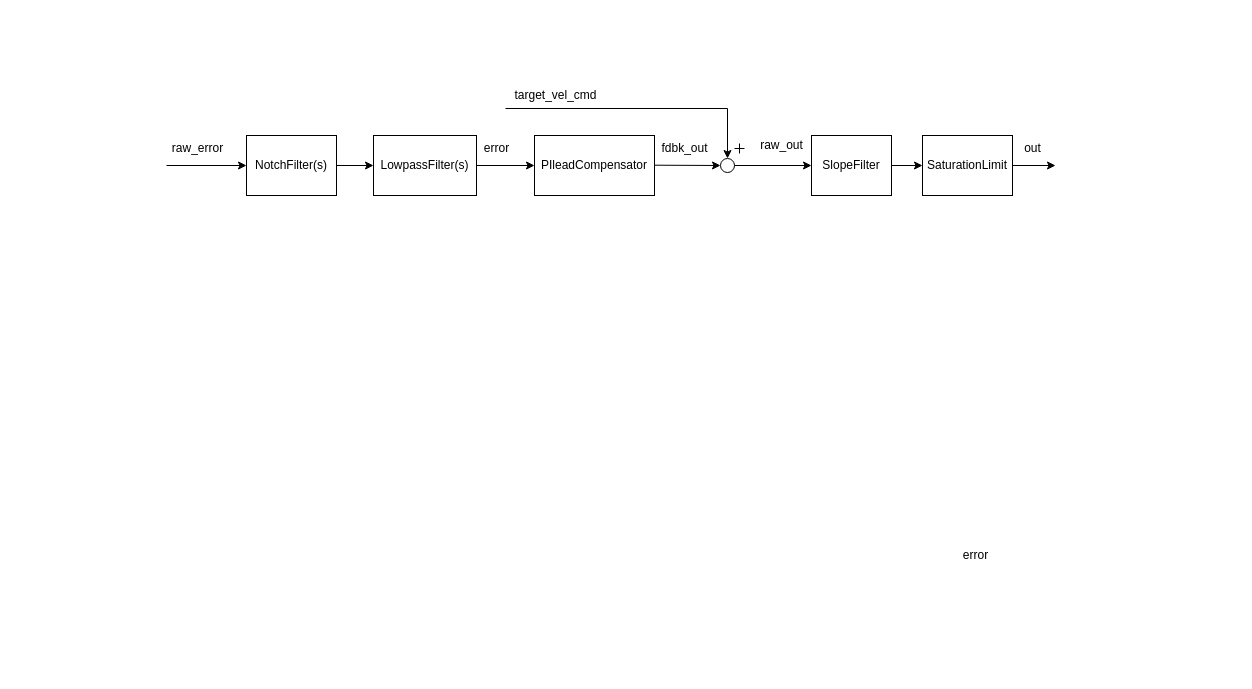
Xiaoliang1992/figures keeps this draw.io diagram as Untitled Diagram.drawio. Above is the earlier version. Source tidied: cells renumbered, new cells numbered last; positions are measured from the earlier drawing's top-left corner, leaving out a move shared by most shapes. Both pictures are drawn from the tidied source at 100%, with x=0, y=0 at pixel (162, 85).
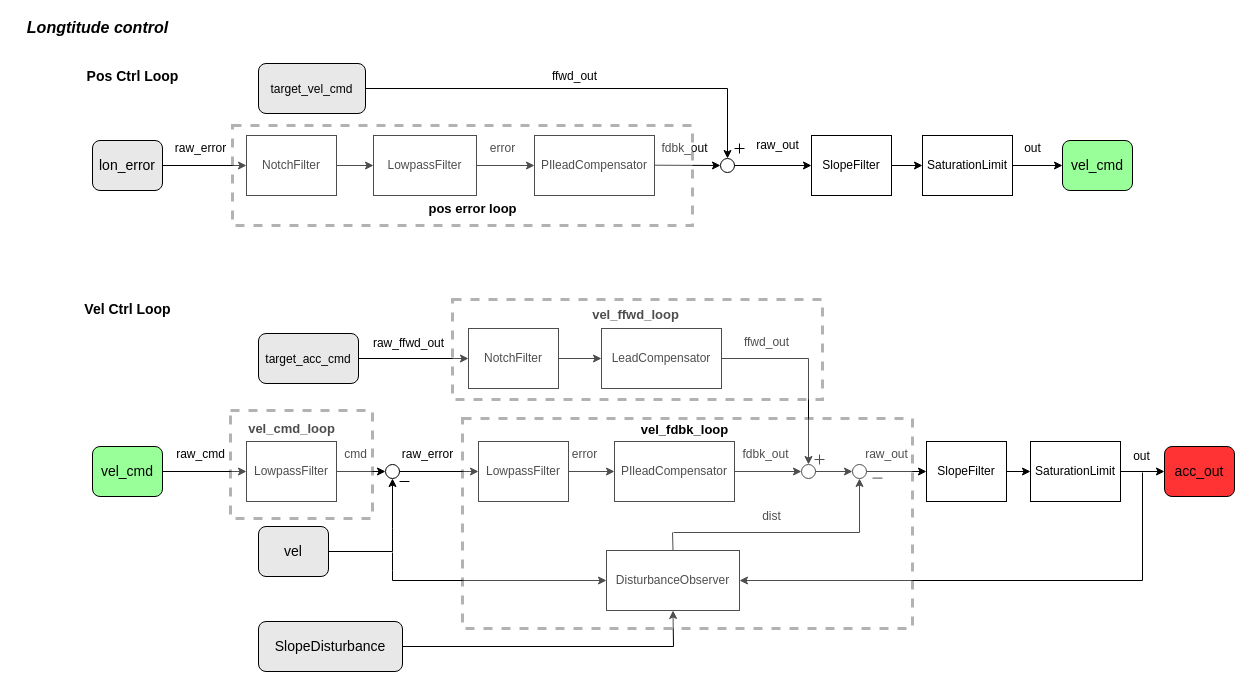
After the change.

Unchanged cells that the change refers to:
```xml
<mxCell id="20" value="SaturationLimit" style="rounded=0;whiteSpace=wrap;html=1;" parent="1" vertex="1">
  <mxGeometry x="760" y="50" width="90" height="60" as="geometry" />
</mxCell>
```

Change to the diagram source:
```diff
@@
-    <mxCell id="3" value="NotchFilter(s)" style="rounded=0;whiteSpace=wrap;html=1;" parent="1" vertex="1">
+    <mxCell id="3" value="NotchFilter" style="rounded=0;whiteSpace=wrap;html=1;" parent="1" vertex="1">
       <mxGeometry x="84" y="50" width="90" height="60" as="geometry" />
     </mxCell>
-    <mxCell id="4" style="endArrow=classic;html=1;rounded=0;entryX=0;entryY=0.5;entryDx=0;entryDy=0;" parent="1" edge="1" target="3">
-      <mxGeometry relative="1" as="geometry">
-        <mxPoint x="4" y="80" as="sourcePoint" />
-      </mxGeometry>
+    <mxCell id="4" style="endArrow=classic;html=1;rounded=0;entryX=0;entryY=0.5;entryDx=0;entryDy=0;exitX=1;exitY=0.5;exitDx=0;exitDy=0;" parent="1" edge="1" source="32" target="3">
+      <mxGeometry relative="1" as="geometry" />
     </mxCell>
     <mxCell id="5" value="raw_error" style="text;html=1;align=center;verticalAlign=middle;strokeColor=none;fillColor=none;" parent="1" vertex="1">
-      <mxGeometry y="53" width="70" height="20" as="geometry" />
+      <mxGeometry x="3" y="53" width="70" height="20" as="geometry" />
     </mxCell>
@@
-    <mxCell id="7" value="LowpassFilter(s)" style="rounded=0;whiteSpace=wrap;html=1;" parent="1" vertex="1">
+    <mxCell id="7" value="LowpassFilter" style="rounded=0;whiteSpace=wrap;html=1;" parent="1" vertex="1">
       <mxGeometry x="211" y="50" width="103" height="60" as="geometry" />
     </mxCell>
-    <mxCell id="8" value="error" style="text;html=1;align=center;verticalAlign=middle;strokeColor=none;fillColor=none;" parent="1" vertex="1">
-      <mxGeometry x="793" y="460" width="40" height="20" as="geometry" />
-    </mxCell>
@@
-    <mxCell id="13" style="endArrow=classic;html=1;rounded=0;" parent="1" edge="1">
+    <mxCell id="13" style="endArrow=classic;html=1;rounded=0;exitX=1;exitY=0.5;exitDx=0;exitDy=0;" parent="1" edge="1" source="14">
       <mxGeometry relative="1" as="geometry">
-        <mxPoint x="343" y="23" as="sourcePoint" />
         <mxPoint x="565" y="73" as="targetPoint" />
         <Array as="points">
-          <mxPoint x="565" y="23" />
+          <mxPoint x="565" y="3" />
         </Array>
       </mxGeometry>
     </mxCell>
-    <mxCell id="14" value="target_vel_cmd" style="text;html=1;align=center;verticalAlign=middle;points=[];strokeColor=none;fillColor=none;" parent="1" vertex="1">
-      <mxGeometry x="343" width="100" height="20" as="geometry" />
-    </mxCell>
@@
-    <mxCell id="22" style="endArrow=classic;html=1;rounded=0;exitX=1;exitY=0.5;exitDx=0;exitDy=0;" parent="1" edge="1" source="20">
-      <mxGeometry relative="1" as="geometry">
-        <mxPoint x="893" y="80" as="targetPoint" />
-      </mxGeometry>
+    <mxCell id="22" style="endArrow=classic;html=1;rounded=0;exitX=1;exitY=0.5;exitDx=0;exitDy=0;entryX=0;entryY=0.5;entryDx=0;entryDy=0;" parent="1" edge="1" source="20" target="33">
+      <mxGeometry relative="1" as="geometry" />
     </mxCell>
     <mxCell id="23" value="raw_out" style="text;html=1;align=center;verticalAlign=middle;strokeColor=none;fillColor=none;" parent="1" vertex="1">
-      <mxGeometry x="589" y="50" width="60" height="20" as="geometry" />
+      <mxGeometry x="585" y="50" width="60" height="20" as="geometry" />
     </mxCell>
@@
     <mxCell id="25" value="error" style="text;html=1;align=center;verticalAlign=middle;strokeColor=none;fillColor=none;" parent="1" vertex="1">
-      <mxGeometry x="314" y="53" width="40" height="20" as="geometry" />
+      <mxGeometry x="320" y="53" width="40" height="20" as="geometry" />
     </mxCell>
+    <mxCell id="26" value="&lt;b&gt;&lt;font style=&quot;font-size: 14px&quot;&gt;Pos Ctrl Loop&lt;/font&gt;&lt;/b&gt;" style="text;html=1;align=center;verticalAlign=middle;strokeColor=none;fillColor=none;" parent="1" vertex="1">
+      <mxGeometry x="-85" y="-19" width="110" height="20" as="geometry" />
+    </mxCell>
+    <mxCell id="27" style="edgeStyle=orthogonalEdgeStyle;rounded=0;jettySize=auto;html=1;exitX=1;exitY=0.5;exitDx=0;exitDy=0;entryX=0;entryY=0.5;entryDx=0;entryDy=0;" parent="1" edge="1" source="28" target="36">
+      <mxGeometry relative="1" as="geometry" />
+    </mxCell>
+    <mxCell id="28" value="LowpassFilter" style="rounded=0;whiteSpace=wrap;html=1;" parent="1" vertex="1">
+      <mxGeometry x="84" y="356" width="90" height="60" as="geometry" />
+    </mxCell>
+    <mxCell id="29" style="endArrow=classic;html=1;rounded=0;entryX=0;entryY=0.5;entryDx=0;entryDy=0;exitX=1;exitY=0.5;exitDx=0;exitDy=0;" parent="1" edge="1" source="34" target="28">
+      <mxGeometry relative="1" as="geometry" />
+    </mxCell>
+    <mxCell id="30" value="raw_cmd" style="text;html=1;align=center;verticalAlign=middle;strokeColor=none;fillColor=none;" parent="1" vertex="1">
+      <mxGeometry x="8" y="359" width="60" height="20" as="geometry" />
+    </mxCell>
+    <mxCell id="31" value="&lt;b&gt;&lt;font style=&quot;font-size: 14px&quot;&gt;Vel Ctrl Loop&lt;/font&gt;&lt;/b&gt;" style="text;html=1;align=center;verticalAlign=middle;strokeColor=none;fillColor=none;" parent="1" vertex="1">
+      <mxGeometry x="-85" y="214" width="100" height="20" as="geometry" />
+    </mxCell>
+    <mxCell id="32" value="lon_error" style="rounded=1;whiteSpace=wrap;html=1;fontSize=14;fillColor=#E8E8E8;" parent="1" vertex="1">
+      <mxGeometry x="-70" y="55" width="70" height="50" as="geometry" />
+    </mxCell>
+    <mxCell id="33" value="vel_cmd" style="rounded=1;whiteSpace=wrap;html=1;fontSize=14;fillColor=#99FF99;" parent="1" vertex="1">
+      <mxGeometry x="900" y="55" width="70" height="50" as="geometry" />
+    </mxCell>
+    <mxCell id="34" value="vel_cmd" style="rounded=1;whiteSpace=wrap;html=1;fontSize=14;fillColor=#99FF99;" parent="1" vertex="1">
+      <mxGeometry x="-70" y="361" width="70" height="50" as="geometry" />
+    </mxCell>
+    <mxCell id="35" value="cmd" style="text;html=1;align=center;verticalAlign=middle;strokeColor=none;fillColor=none;" parent="1" vertex="1">
+      <mxGeometry x="173" y="359" width="40" height="20" as="geometry" />
+    </mxCell>
+    <mxCell id="36" style="ellipse;whiteSpace=wrap;html=1;" parent="1" vertex="1">
+      <mxGeometry x="223" y="379" width="14" height="14" as="geometry" />
+    </mxCell>
+    <mxCell id="37" style="endArrow=classic;html=1;rounded=0;entryX=0.5;entryY=1;entryDx=0;entryDy=0;exitX=1;exitY=0.5;exitDx=0;exitDy=0;" parent="1" edge="1" source="57" target="36">
+      <mxGeometry relative="1" as="geometry">
+        <Array as="points">
+          <mxPoint x="230" y="466" />
+          <mxPoint x="230" y="443" />
+        </Array>
+      </mxGeometry>
+    </mxCell>
+    <mxCell id="38" style="endArrow=none;html=1;rounded=0;fontSize=14;" parent="1" edge="1">
+      <mxGeometry relative="1" as="geometry">
+        <mxPoint x="237" y="396" as="sourcePoint" />
+        <mxPoint x="247" y="396" as="targetPoint" />
+      </mxGeometry>
+    </mxCell>
+    <mxCell id="39" value="LowpassFilter" style="rounded=0;whiteSpace=wrap;html=1;" parent="1" vertex="1">
+      <mxGeometry x="316" y="356" width="90" height="60" as="geometry" />
+    </mxCell>
+    <mxCell id="40" value="raw_error" style="text;html=1;align=center;verticalAlign=middle;strokeColor=none;fillColor=none;" parent="1" vertex="1">
+      <mxGeometry x="230" y="359" width="70" height="20" as="geometry" />
+    </mxCell>
+    <mxCell id="41" style="edgeStyle=orthogonalEdgeStyle;rounded=0;jettySize=auto;html=1;entryX=0;entryY=0.5;entryDx=0;entryDy=0;exitX=1;exitY=0.5;exitDx=0;exitDy=0;" parent="1" edge="1" source="36" target="39">
+      <mxGeometry relative="1" as="geometry" />
+    </mxCell>
+    <mxCell id="42" style="edgeStyle=orthogonalEdgeStyle;rounded=0;jettySize=auto;html=1;exitX=1;exitY=0.5;exitDx=0;exitDy=0;entryX=0;entryY=0.5;entryDx=0;entryDy=0;" parent="1" edge="1" source="39" target="43">
+      <mxGeometry relative="1" as="geometry" />
+    </mxCell>
+    <mxCell id="8" value="error" style="text;html=1;align=center;verticalAlign=middle;strokeColor=none;fillColor=none;" parent="1" vertex="1">
+      <mxGeometry x="402" y="359" width="40" height="20" as="geometry" />
+    </mxCell>
+    <mxCell id="43" value="PIleadCompensator" style="rounded=0;whiteSpace=wrap;html=1;" parent="1" vertex="1">
+      <mxGeometry x="452" y="356" width="120" height="60" as="geometry" />
+    </mxCell>
+    <mxCell id="44" style="endArrow=classic;html=1;rounded=0;exitX=1;exitY=0.5;exitDx=0;exitDy=0;entryX=0;entryY=0.5;entryDx=0;entryDy=0;" parent="1" edge="1" source="43" target="50">
+      <mxGeometry relative="1" as="geometry" />
+    </mxCell>
+    <mxCell id="45" value="fdbk_out" style="text;html=1;align=center;verticalAlign=middle;strokeColor=none;fillColor=none;" parent="1" vertex="1">
+      <mxGeometry x="573" y="359" width="60" height="20" as="geometry" />
+    </mxCell>
+    <mxCell id="46" value="NotchFilter" style="rounded=0;whiteSpace=wrap;html=1;" parent="1" vertex="1">
+      <mxGeometry x="306" y="243" width="90" height="60" as="geometry" />
+    </mxCell>
+    <mxCell id="47" style="edgeStyle=orthogonalEdgeStyle;rounded=0;jettySize=auto;html=1;entryX=0;entryY=0.5;entryDx=0;entryDy=0;exitX=1;exitY=0.5;exitDx=0;exitDy=0;" parent="1" edge="1" source="60" target="46">
+      <mxGeometry relative="1" as="geometry" />
+    </mxCell>
+    <mxCell id="48" value="LeadCompensator" style="rounded=0;whiteSpace=wrap;html=1;" parent="1" vertex="1">
+      <mxGeometry x="439" y="243" width="120" height="60" as="geometry" />
+    </mxCell>
+    <mxCell id="49" style="edgeStyle=orthogonalEdgeStyle;rounded=0;jettySize=auto;html=1;exitX=1;exitY=0.5;exitDx=0;exitDy=0;entryX=0;entryY=0.5;entryDx=0;entryDy=0;" parent="1" edge="1" source="46" target="48">
+      <mxGeometry relative="1" as="geometry" />
+    </mxCell>
+    <mxCell id="50" style="ellipse;whiteSpace=wrap;html=1;" parent="1" vertex="1">
+      <mxGeometry x="639" y="379" width="14" height="14" as="geometry" />
+    </mxCell>
+    <mxCell id="51" style="endArrow=classic;html=1;rounded=0;entryX=0.5;entryY=0;entryDx=0;entryDy=0;exitX=1;exitY=0.5;exitDx=0;exitDy=0;" parent="1" edge="1" source="48" target="50">
+      <mxGeometry relative="1" as="geometry">
+        <Array as="points">
+          <mxPoint x="646" y="273" />
+        </Array>
+      </mxGeometry>
+    </mxCell>
+    <mxCell id="52" style="group;" parent="1" vertex="1">
+      <mxGeometry x="652" y="369" width="10" height="10" as="geometry" />
+    </mxCell>
+    <mxCell id="53" style="endArrow=none;html=1;rounded=0;" parent="52" edge="1">
+      <mxGeometry relative="1" as="geometry">
+        <mxPoint x="5" y="10" as="sourcePoint" />
+        <mxPoint x="5" as="targetPoint" />
+      </mxGeometry>
+    </mxCell>
+    <mxCell id="54" style="endArrow=none;html=1;rounded=0;" parent="52" edge="1">
+      <mxGeometry relative="1" as="geometry">
+        <mxPoint x="10" y="5" as="sourcePoint" />
+        <mxPoint y="5" as="targetPoint" />
+      </mxGeometry>
+    </mxCell>
+    <mxCell id="55" value="ffwd_out" style="text;html=1;align=center;verticalAlign=middle;strokeColor=none;fillColor=none;" parent="1" vertex="1">
+      <mxGeometry x="574" y="247" width="60" height="20" as="geometry" />
+    </mxCell>
+    <mxCell id="14" value="&lt;span style=&quot;font-size: 12px&quot;&gt;target_vel_cmd&lt;/span&gt;" style="rounded=1;whiteSpace=wrap;html=1;fontSize=14;fillColor=#E8E8E8;" parent="1" vertex="1">
+      <mxGeometry x="96" y="-22" width="107" height="50" as="geometry" />
+    </mxCell>
+    <mxCell id="56" value="ffwd_out" style="text;html=1;align=center;verticalAlign=middle;strokeColor=none;fillColor=none;" parent="1" vertex="1">
+      <mxGeometry x="382" y="-19" width="60" height="20" as="geometry" />
+    </mxCell>
+    <mxCell id="57" value="vel" style="rounded=1;whiteSpace=wrap;html=1;fontSize=14;fillColor=#E8E8E8;" parent="1" vertex="1">
+      <mxGeometry x="96" y="441" width="70" height="50" as="geometry" />
+    </mxCell>
+    <mxCell id="58" value="raw_out" style="text;html=1;align=center;verticalAlign=middle;strokeColor=none;fillColor=none;" parent="1" vertex="1">
+      <mxGeometry x="694" y="359" width="60" height="20" as="geometry" />
+    </mxCell>
+    <mxCell id="59" value="SlopeFilter" style="rounded=0;whiteSpace=wrap;html=1;" parent="1" vertex="1">
+      <mxGeometry x="764" y="356" width="80" height="60" as="geometry" />
+    </mxCell>
+    <mxCell id="60" value="&lt;span style=&quot;font-size: 12px&quot;&gt;target_acc_cmd&lt;/span&gt;" style="rounded=1;whiteSpace=wrap;html=1;fontSize=14;fillColor=#E8E8E8;" parent="1" vertex="1">
+      <mxGeometry x="96" y="248" width="100" height="50" as="geometry" />
+    </mxCell>
+    <mxCell id="61" value="raw_ffwd_out" style="text;html=1;align=center;verticalAlign=middle;strokeColor=none;fillColor=none;" parent="1" vertex="1">
+      <mxGeometry x="200.5" y="248" width="90" height="20" as="geometry" />
+    </mxCell>
+    <mxCell id="62" value="SaturationLimit" style="rounded=0;whiteSpace=wrap;html=1;" parent="1" vertex="1">
+      <mxGeometry x="868" y="356" width="90" height="60" as="geometry" />
+    </mxCell>
+    <mxCell id="63" style="endArrow=classic;html=1;rounded=0;exitX=1;exitY=0.5;exitDx=0;exitDy=0;entryX=0;entryY=0.5;entryDx=0;entryDy=0;" parent="1" edge="1" source="59" target="62">
+      <mxGeometry relative="1" as="geometry" />
+    </mxCell>
+    <mxCell id="64" value="out" style="text;html=1;align=center;verticalAlign=middle;strokeColor=none;fillColor=none;" parent="1" vertex="1">
+      <mxGeometry x="964" y="361" width="30" height="20" as="geometry" />
+    </mxCell>
+    <mxCell id="65" style="endArrow=classic;html=1;rounded=0;exitX=1;exitY=0.5;exitDx=0;exitDy=0;entryX=0;entryY=0.5;entryDx=0;entryDy=0;" parent="1" edge="1" source="62" target="69">
+      <mxGeometry relative="1" as="geometry" />
+    </mxCell>
+    <mxCell id="66" style="ellipse;whiteSpace=wrap;html=1;" parent="1" vertex="1">
+      <mxGeometry x="690" y="379" width="14" height="14" as="geometry" />
+    </mxCell>
+    <mxCell id="67" style="endArrow=none;html=1;rounded=0;fontSize=14;" parent="1" edge="1">
+      <mxGeometry relative="1" as="geometry">
+        <mxPoint x="710" y="392.6" as="sourcePoint" />
+        <mxPoint x="720" y="392.6" as="targetPoint" />
+      </mxGeometry>
+    </mxCell>
+    <mxCell id="68" style="endArrow=classic;html=1;rounded=0;exitX=1;exitY=0.5;exitDx=0;exitDy=0;entryX=0;entryY=0.5;entryDx=0;entryDy=0;" parent="1" edge="1" source="66" target="59">
+      <mxGeometry relative="1" as="geometry" />
+    </mxCell>
+    <mxCell id="69" value="acc_out" style="rounded=1;whiteSpace=wrap;html=1;fontSize=14;fillColor=#FF3333;" parent="1" vertex="1">
+      <mxGeometry x="1002" y="361" width="70" height="50" as="geometry" />
+    </mxCell>
+    <mxCell id="70" value="DisturbanceObserver" style="rounded=0;whiteSpace=wrap;html=1;" parent="1" vertex="1">
+      <mxGeometry x="444" y="465" width="133" height="60" as="geometry" />
+    </mxCell>
+    <mxCell id="71" value="SlopeDisturbance" style="rounded=1;whiteSpace=wrap;html=1;fontSize=14;fillColor=#E8E8E8;" parent="1" vertex="1">
+      <mxGeometry x="96" y="536" width="144" height="50" as="geometry" />
+    </mxCell>
+    <mxCell id="72" style="endArrow=classic;html=1;rounded=0;entryX=0;entryY=0.5;entryDx=0;entryDy=0;" parent="1" edge="1" target="70">
+      <mxGeometry relative="1" as="geometry">
+        <mxPoint x="230" y="467" as="sourcePoint" />
+        <Array as="points">
+          <mxPoint x="230" y="485" />
+          <mxPoint x="230" y="495" />
+        </Array>
+      </mxGeometry>
+    </mxCell>
+    <mxCell id="73" style="endArrow=classic;html=1;rounded=0;exitX=1;exitY=0.5;exitDx=0;exitDy=0;entryX=0.5;entryY=1;entryDx=0;entryDy=0;" parent="1" edge="1" source="71" target="70">
+      <mxGeometry relative="1" as="geometry">
+        <Array as="points">
+          <mxPoint x="511" y="561" />
+        </Array>
+      </mxGeometry>
+    </mxCell>
+    <mxCell id="74" style="endArrow=classic;html=1;rounded=0;entryX=1;entryY=0.5;entryDx=0;entryDy=0;" parent="1" edge="1" target="70">
+      <mxGeometry relative="1" as="geometry">
+        <mxPoint x="980" y="387" as="sourcePoint" />
+        <Array as="points">
+          <mxPoint x="980" y="495" />
+        </Array>
+      </mxGeometry>
+    </mxCell>
+    <mxCell id="75" style="endArrow=classic;html=1;rounded=0;entryX=0.5;entryY=1;entryDx=0;entryDy=0;" parent="1" edge="1" target="66">
+      <mxGeometry relative="1" as="geometry">
+        <mxPoint x="511" y="447" as="sourcePoint" />
+        <Array as="points">
+          <mxPoint x="697" y="447" />
+        </Array>
+      </mxGeometry>
+    </mxCell>
+    <mxCell id="76" style="endArrow=none;html=1;rounded=0;exitX=0.5;exitY=0;exitDx=0;exitDy=0;" parent="1" edge="1" source="70">
+      <mxGeometry relative="1" as="geometry">
+        <mxPoint x="510" y="447" as="targetPoint" />
+      </mxGeometry>
+    </mxCell>
+    <mxCell id="77" style="endArrow=classic;html=1;rounded=0;exitX=1;exitY=0.5;exitDx=0;exitDy=0;entryX=0;entryY=0.5;entryDx=0;entryDy=0;" parent="1" edge="1" source="50" target="66">
+      <mxGeometry relative="1" as="geometry" />
+    </mxCell>
+    <mxCell id="78" value="dist" style="text;html=1;align=center;verticalAlign=middle;strokeColor=none;fillColor=none;" parent="1" vertex="1">
+      <mxGeometry x="594" y="421" width="30" height="20" as="geometry" />
+    </mxCell>
+    <mxCell id="79" value="&lt;b style=&quot;font-size: 16px;&quot;&gt;&lt;font style=&quot;font-size: 16px;&quot;&gt;Longtitude control&lt;br style=&quot;font-size: 16px;&quot;&gt;&lt;/font&gt;&lt;/b&gt;" style="text;html=1;align=center;verticalAlign=middle;strokeColor=none;fillColor=none;fontSize=16;fontStyle=2;" parent="1" vertex="1">
+      <mxGeometry x="-145" y="-68" width="160" height="20" as="geometry" />
+    </mxCell>
+    <mxCell id="80" style="rounded=0;whiteSpace=wrap;html=1;dashed=1;glass=0;opacity=30;strokeWidth=3;" parent="1" vertex="1">
+      <mxGeometry x="70" y="40" width="460" height="100" as="geometry" />
+    </mxCell>
+    <mxCell id="81" value="&lt;span style=&quot;font-size: 13px&quot;&gt;&lt;b&gt;pos error loop&lt;br&gt;&lt;/b&gt;&lt;/span&gt;" style="text;html=1;align=center;verticalAlign=middle;strokeColor=none;fillColor=none;" parent="1" vertex="1">
+      <mxGeometry x="260" y="113" width="100" height="20" as="geometry" />
+    </mxCell>
+    <mxCell id="82" value="&lt;span style=&quot;font-size: 13px&quot;&gt;&lt;b&gt;vel_ffwd_loop&lt;br&gt;&lt;/b&gt;&lt;/span&gt;" style="text;html=1;align=center;verticalAlign=middle;strokeColor=none;fillColor=none;" parent="1" vertex="1">
+      <mxGeometry x="423" y="219" width="100" height="20" as="geometry" />
+    </mxCell>
+    <mxCell id="83" style="rounded=0;whiteSpace=wrap;html=1;dashed=1;glass=0;opacity=30;strokeWidth=3;" parent="1" vertex="1">
+      <mxGeometry x="300" y="333" width="450" height="210" as="geometry" />
+    </mxCell>
+    <mxCell id="84" value="&lt;span style=&quot;font-size: 13px&quot;&gt;&lt;b&gt;vel_fdbk_loop&lt;br&gt;&lt;/b&gt;&lt;/span&gt;" style="text;html=1;align=center;verticalAlign=middle;strokeColor=none;fillColor=none;" parent="1" vertex="1">
+      <mxGeometry x="472" y="334" width="100" height="20" as="geometry" />
+    </mxCell>
+    <mxCell id="85" value="&lt;span style=&quot;font-size: 13px&quot;&gt;&lt;b&gt;vel_cmd_loop&lt;br&gt;&lt;/b&gt;&lt;/span&gt;" style="text;html=1;align=center;verticalAlign=middle;strokeColor=none;fillColor=none;" parent="1" vertex="1">
+      <mxGeometry x="79" y="333" width="100" height="20" as="geometry" />
+    </mxCell>
+    <mxCell id="86" style="rounded=0;whiteSpace=wrap;html=1;dashed=1;glass=0;opacity=30;strokeWidth=3;" parent="1" vertex="1">
+      <mxGeometry x="290" y="214" width="370" height="100" as="geometry" />
+    </mxCell>
+    <mxCell id="87" style="rounded=0;whiteSpace=wrap;html=1;dashed=1;glass=0;opacity=30;strokeWidth=3;" parent="1" vertex="1">
+      <mxGeometry x="68" y="325" width="142" height="108" as="geometry" />
+    </mxCell>
```
